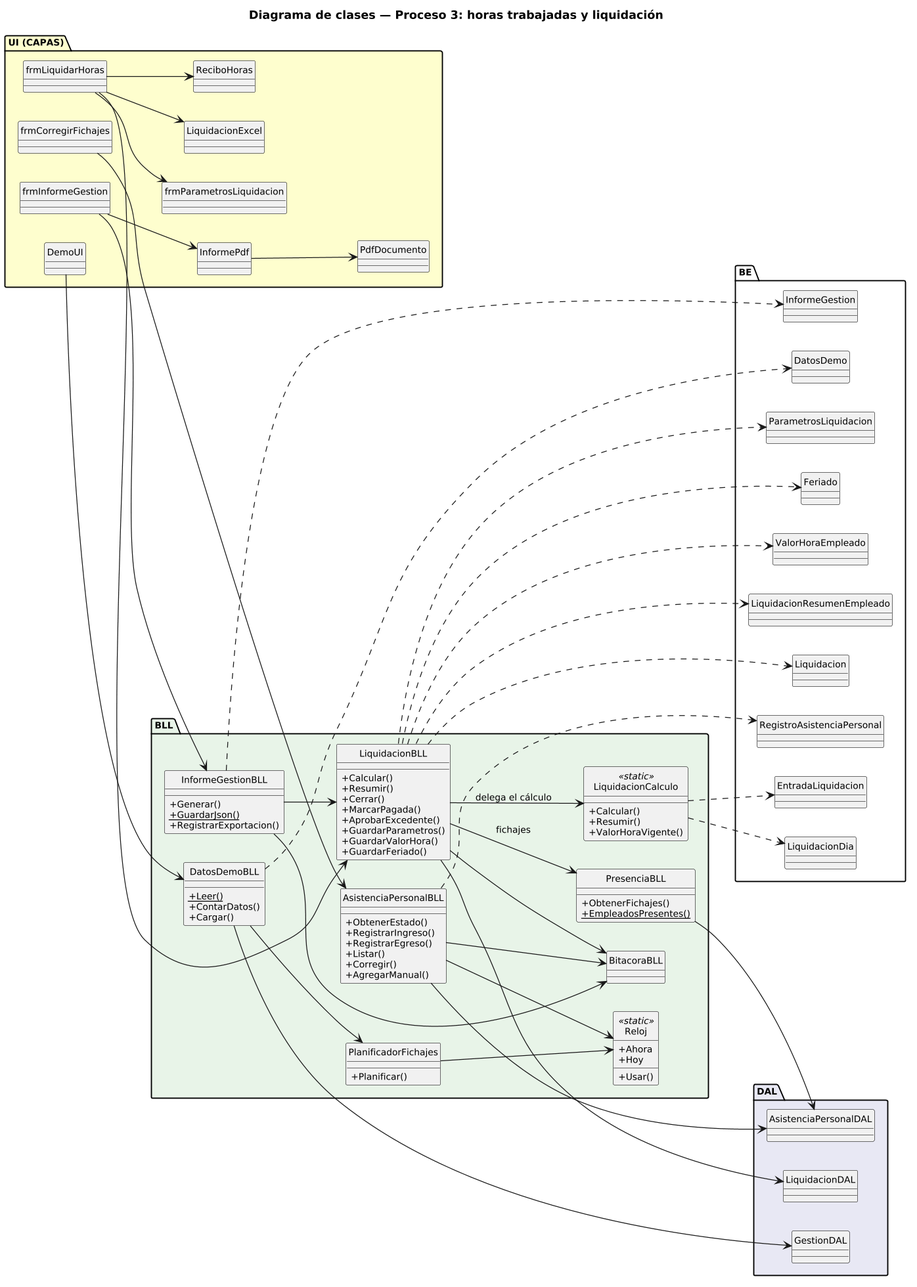
Above: DIAGRAMAS/DiagramaClases_Proceso3_Liquidacion.png in Urrels/ingenieria_software (PlantUML), before the change. Its diagram source:
```plantuml
@startuml DiagramaClases_Proceso3_Liquidacion

title Diagrama de clases — Proceso 3: horas trabajadas y liquidación

skinparam shadowing false
skinparam roundcorner 4
skinparam defaultFontSize 11
skinparam dpi 120
skinparam classAttributeIconSize 0
hide circle
left to right direction

package "UI (CAPAS)" #FEFECE {
  class frmLiquidarHoras
  class frmCorregirFichajes
  class frmInformeGestion
  class frmParametrosLiquidacion
  class LiquidacionExcel
  class ReciboHoras
  class InformePdf
  class PdfDocumento
  class DemoUI
}

package "BLL" #E8F4E8 {
  class AsistenciaPersonalBLL {
    +ObtenerEstado()
    +RegistrarIngreso()
    +RegistrarEgreso()
    +Listar()
    +Corregir()
    +AgregarManual()
  }
  class PresenciaBLL {
    +ObtenerFichajes()
    +{static} EmpleadosPresentes()
  }
  class LiquidacionBLL {
    +Calcular()
    +Resumir()
    +Cerrar()
    +MarcarPagada()
    +AprobarExcedente()
    +GuardarParametros()
    +GuardarValorHora()
    +GuardarFeriado()
  }
  class LiquidacionCalculo <<static>> {
    +Calcular()
    +Resumir()
    +ValorHoraVigente()
  }
  class InformeGestionBLL {
    +Generar()
    +{static} GuardarJson()
    +RegistrarExportacion()
  }
  class DatosDemoBLL {
    +{static} Leer()
    +ContarDatos()
    +Cargar()
  }
  class PlanificadorFichajes {
    +Planificar()
  }
  class Reloj <<static>> {
    +Ahora
    +Hoy
    +Usar()
  }
  class BitacoraBLL
}

package "DAL" #E8E8F4 {
  class LiquidacionDAL
  class AsistenciaPersonalDAL
  class GestionDAL
}

package "BE" #FFFFFF {
  class RegistroAsistenciaPersonal
  class LiquidacionDia
  class LiquidacionResumenEmpleado
  class Liquidacion
  class ParametrosLiquidacion
  class ValorHoraEmpleado
  class Feriado
  class EntradaLiquidacion
  class InformeGestion
  class DatosDemo
}

frmCorregirFichajes --> AsistenciaPersonalBLL
frmLiquidarHoras --> LiquidacionBLL
frmLiquidarHoras --> LiquidacionExcel
frmLiquidarHoras --> ReciboHoras
frmLiquidarHoras --> frmParametrosLiquidacion
frmInformeGestion --> InformeGestionBLL
frmInformeGestion --> InformePdf
InformePdf --> PdfDocumento
DemoUI --> DatosDemoBLL

LiquidacionBLL --> LiquidacionCalculo : delega el cálculo
LiquidacionBLL --> PresenciaBLL : fichajes
LiquidacionBLL --> LiquidacionDAL
LiquidacionBLL --> BitacoraBLL
AsistenciaPersonalBLL --> AsistenciaPersonalDAL
AsistenciaPersonalBLL --> Reloj
AsistenciaPersonalBLL --> BitacoraBLL
PresenciaBLL --> AsistenciaPersonalDAL
InformeGestionBLL --> LiquidacionBLL
InformeGestionBLL --> BitacoraBLL
DatosDemoBLL --> PlanificadorFichajes
DatosDemoBLL --> GestionDAL
PlanificadorFichajes --> Reloj

LiquidacionCalculo ..> EntradaLiquidacion
LiquidacionCalculo ..> LiquidacionDia
LiquidacionBLL ..> Liquidacion
LiquidacionBLL ..> ParametrosLiquidacion
LiquidacionBLL ..> ValorHoraEmpleado
LiquidacionBLL ..> Feriado
LiquidacionBLL ..> LiquidacionResumenEmpleado
AsistenciaPersonalBLL ..> RegistroAsistenciaPersonal
InformeGestionBLL ..> InformeGestion
DatosDemoBLL ..> DatosDemo

@enduml
```
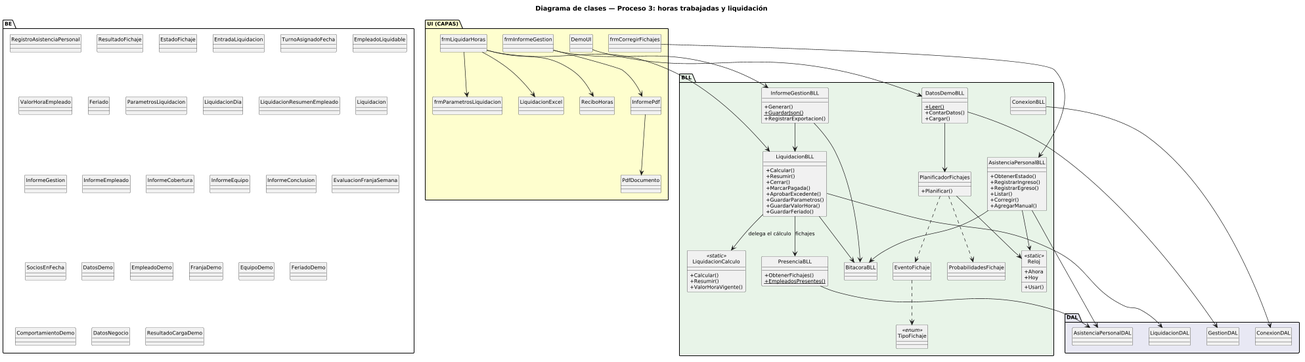
The same file after the commit.

Commit message:
Actualizar DER, diagramas de clases y de componentes

Diff of the diagram source:
```diff
@@ -5,10 +5,9 @@
 skinparam shadowing false
 skinparam roundcorner 4
 skinparam defaultFontSize 11
-skinparam dpi 120
 skinparam classAttributeIconSize 0
 hide circle
-left to right direction
+scale 0.7
 
 package "UI (CAPAS)" #FEFECE {
   class frmLiquidarHoras
@@ -69,25 +68,47 @@
     +Usar()
   }
   class BitacoraBLL
+  class EventoFichaje
+  class ProbabilidadesFichaje
+  class TipoFichaje <<enum>>
+  class ConexionBLL
 }
 
 package "DAL" #E8E8F4 {
   class LiquidacionDAL
   class AsistenciaPersonalDAL
   class GestionDAL
+  class ConexionDAL
 }
 
 package "BE" #FFFFFF {
   class RegistroAsistenciaPersonal
+  class ResultadoFichaje
+  class EstadoFichaje
+  class EntradaLiquidacion
+  class TurnoAsignadoFecha
+  class EmpleadoLiquidable
+  class ValorHoraEmpleado
+  class Feriado
+  class ParametrosLiquidacion
   class LiquidacionDia
   class LiquidacionResumenEmpleado
   class Liquidacion
-  class ParametrosLiquidacion
-  class ValorHoraEmpleado
-  class Feriado
-  class EntradaLiquidacion
   class InformeGestion
+  class InformeEmpleado
+  class InformeCobertura
+  class InformeEquipo
+  class InformeConclusion
+  class EvaluacionFranjaSemana
+  class SociosEnFecha
   class DatosDemo
+  class EmpleadoDemo
+  class FranjaDemo
+  class EquipoDemo
+  class FeriadoDemo
+  class ComportamientoDemo
+  class DatosNegocio
+  class ResultadoCargaDemo
 }
 
 frmCorregirFichajes --> AsistenciaPersonalBLL
@@ -114,15 +135,10 @@
 DatosDemoBLL --> GestionDAL
 PlanificadorFichajes --> Reloj
 
-LiquidacionCalculo ..> EntradaLiquidacion
-LiquidacionCalculo ..> LiquidacionDia
-LiquidacionBLL ..> Liquidacion
-LiquidacionBLL ..> ParametrosLiquidacion
-LiquidacionBLL ..> ValorHoraEmpleado
-LiquidacionBLL ..> Feriado
-LiquidacionBLL ..> LiquidacionResumenEmpleado
-AsistenciaPersonalBLL ..> RegistroAsistenciaPersonal
-InformeGestionBLL ..> InformeGestion
-DatosDemoBLL ..> DatosDemo
+
+PlanificadorFichajes ..> EventoFichaje
+PlanificadorFichajes ..> ProbabilidadesFichaje
+EventoFichaje ..> TipoFichaje
+ConexionBLL --> ConexionDAL
 
 @enduml
```
